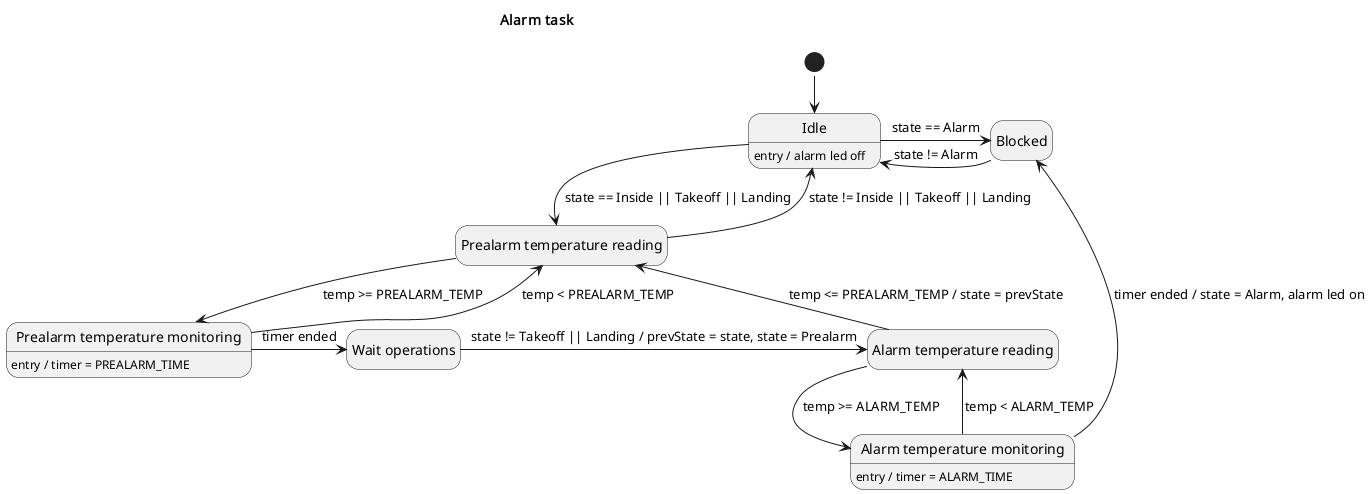
Before: assignments/02-sdh/docs/tasks/alarm.png, a diagram exported from PlantUML (the-real-deal/unibo-iot-didospita).
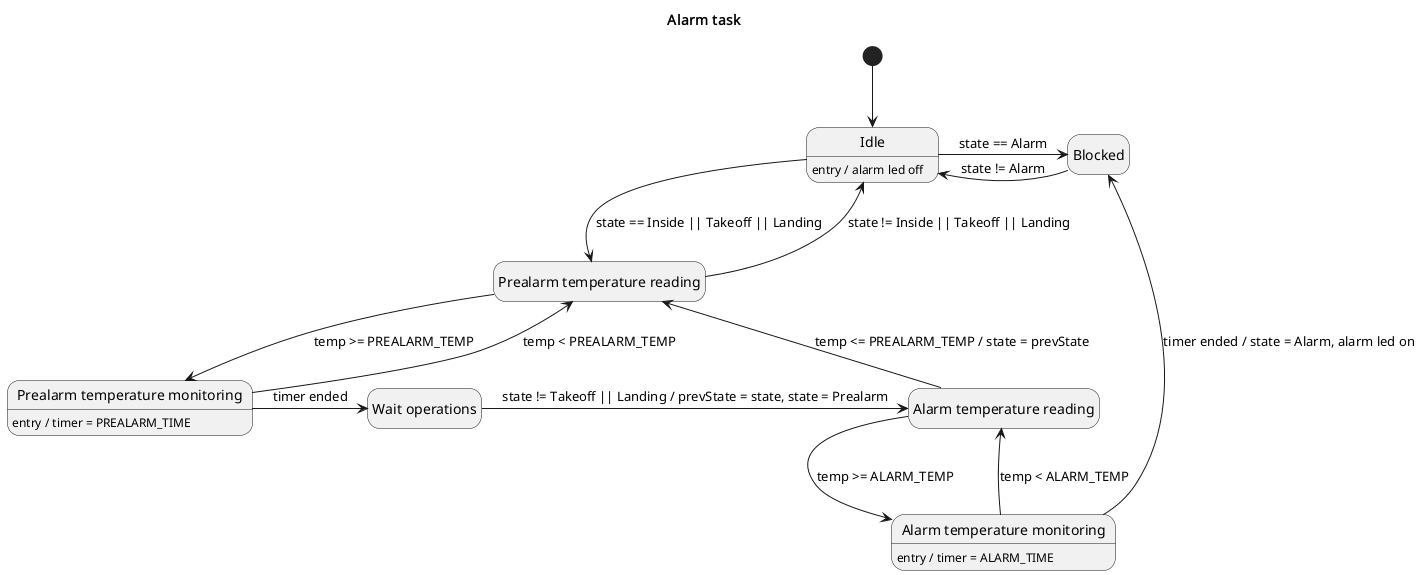
After the change.

Commit message:
default plantuml layout

What changed in the source:
```diff
@@ -1,5 +1,4 @@
 @startuml AlarmTask
-!pragma layout smetana
 hide empty description
 
 title "Alarm task"
```
